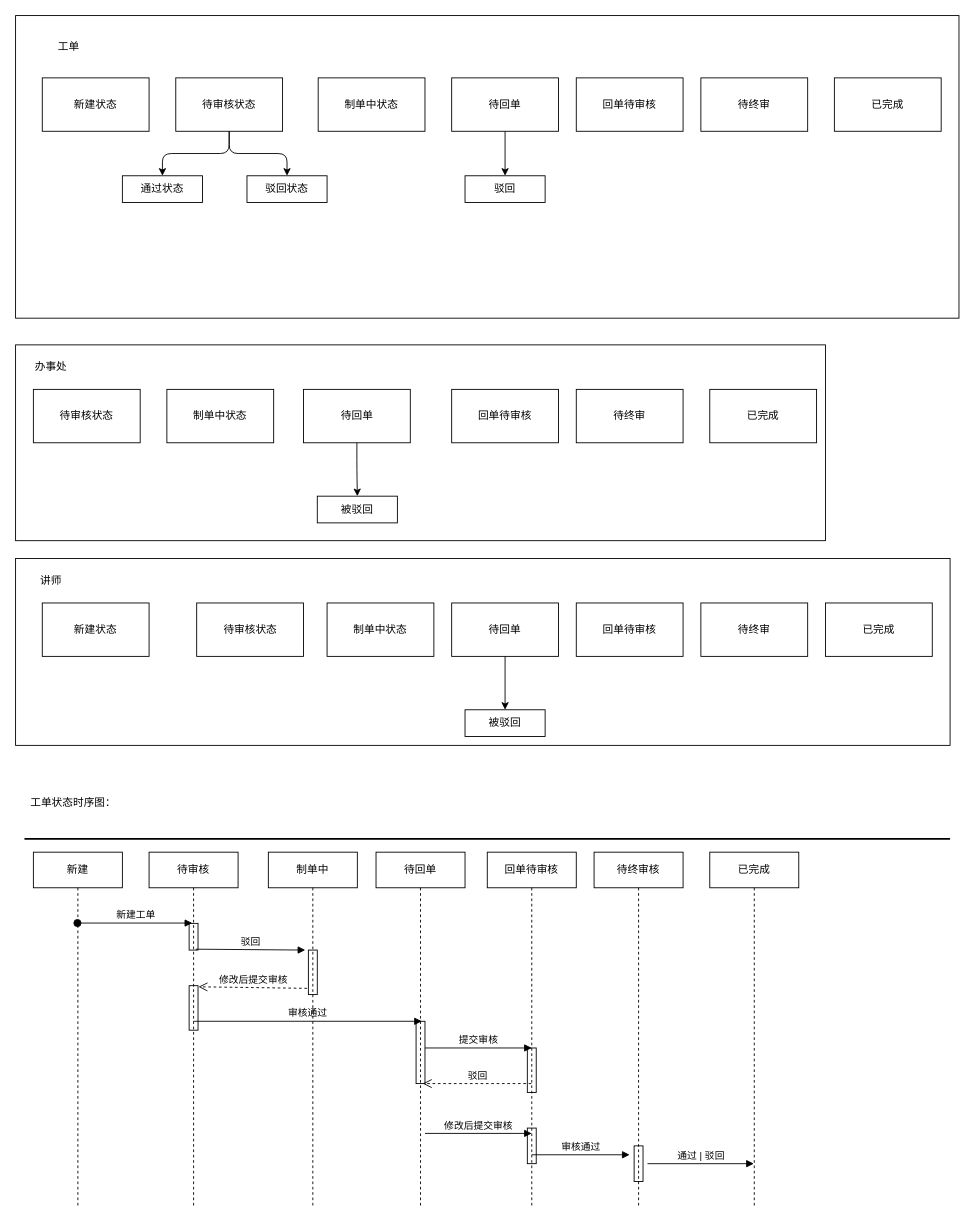
Above: lecturerService.drawio in NgChiKin/diagrams-uml (draw.io), before the change. Source tidied: cells renumbered, new cells numbered last; positions are measured from the earlier drawing's top-left corner, leaving out a move shared by most shapes. Both pictures are drawn from the tidied source at 89%, with x=0, y=0 at pixel (15, 15).
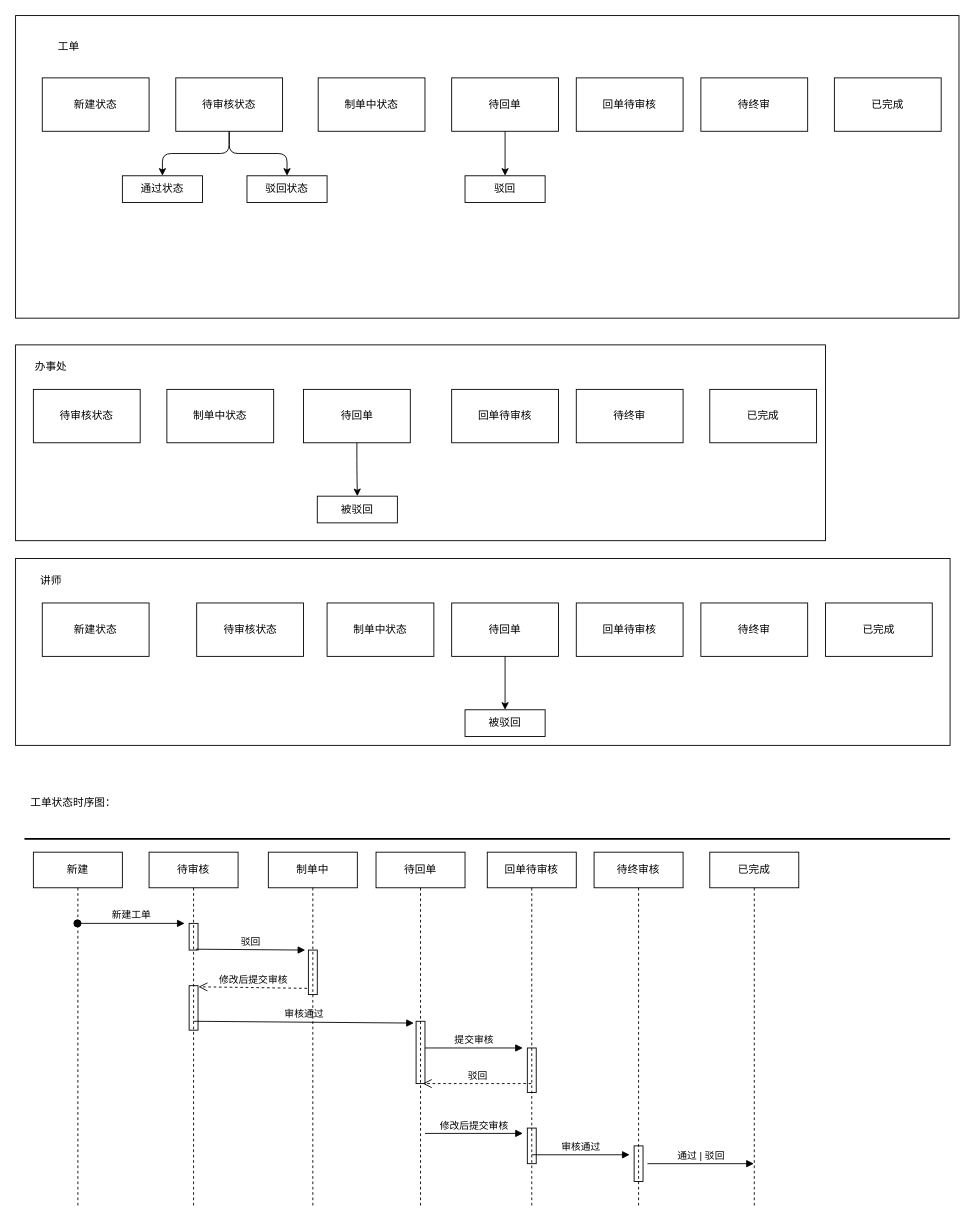
The same diagram, later.

The change refers to these unchanged cells:
```xml
<mxCell id="40" value="新建" style="shape=umlLifeline;perimeter=lifelinePerimeter;whiteSpace=wrap;html=1;outlineConnect=0;fillColor=none;" parent="1" vertex="1">
  <mxGeometry x="20" y="940" width="100" height="400" as="geometry" />
</mxCell>
<mxCell id="41" value="待审核" style="shape=umlLifeline;perimeter=lifelinePerimeter;whiteSpace=wrap;html=1;fillColor=none;" parent="1" vertex="1">
  <mxGeometry x="150" y="940" width="100" height="400" as="geometry" />
</mxCell>
<mxCell id="42" style="html=1;points=[];perimeter=orthogonalPerimeter;fillColor=none;" parent="41" vertex="1">
  <mxGeometry x="45" y="80" width="10" height="30" as="geometry" />
</mxCell>
<mxCell id="48" style="html=1;points=[];perimeter=orthogonalPerimeter;fillColor=none;" parent="47" vertex="1">
  <mxGeometry x="45" y="190" width="10" height="70" as="geometry" />
</mxCell>
<mxCell id="49" value="回单待审核" style="shape=umlLifeline;perimeter=lifelinePerimeter;whiteSpace=wrap;html=1;outlineConnect=0;fillColor=none;" parent="1" vertex="1">
  <mxGeometry x="530" y="940" width="100" height="400" as="geometry" />
</mxCell>
<mxCell id="50" style="html=1;points=[];perimeter=orthogonalPerimeter;fillColor=none;" parent="49" vertex="1">
  <mxGeometry x="45" y="220" width="10" height="50" as="geometry" />
</mxCell>
```

Change to the diagram source:
```diff
@@
-    <mxCell id="44" value="审核通过" style="html=1;verticalAlign=bottom;endArrow=block;rounded=1;entryX=0.65;entryY=0;entryDx=0;entryDy=0;entryPerimeter=0;" parent="41" edge="1" target="48">
+    <mxCell id="44" value="审核通过" style="html=1;verticalAlign=bottom;endArrow=block;rounded=1;entryX=-0.25;entryY=0.029;entryDx=0;entryDy=0;entryPerimeter=0;" parent="41" edge="1" target="48">
       <mxGeometry relative="1" as="geometry">
         <mxPoint x="50" y="190" as="sourcePoint" />
       </mxGeometry>
     </mxCell>
@@
-    <mxCell id="51" value="提交审核" style="html=1;verticalAlign=bottom;endArrow=block;rounded=1;entryX=0.5;entryY=0;entryDx=0;entryDy=0;entryPerimeter=0;" parent="49" edge="1" target="50">
+    <mxCell id="51" value="提交审核" style="html=1;verticalAlign=bottom;endArrow=block;rounded=1;" parent="49" edge="1">
       <mxGeometry relative="1" as="geometry">
         <mxPoint x="-70" y="220" as="sourcePoint" />
+        <mxPoint x="40" y="220" as="targetPoint" />
       </mxGeometry>
     </mxCell>
@@
-    <mxCell id="58" value="新建工单" style="html=1;verticalAlign=bottom;startArrow=oval;endArrow=block;startSize=8;rounded=1;entryX=0.35;entryY=-0.012;entryDx=0;entryDy=0;entryPerimeter=0;" parent="1" edge="1" source="40" target="42">
-      <mxGeometry relative="1" as="geometry" />
+    <mxCell id="58" value="新建工单" style="html=1;verticalAlign=bottom;startArrow=oval;endArrow=block;startSize=8;rounded=1;" parent="1" edge="1" source="40">
+      <mxGeometry relative="1" as="geometry">
+        <mxPoint x="190" y="1020" as="targetPoint" />
+      </mxGeometry>
     </mxCell>
@@
     <mxCell id="62" value="修改后提交审核" style="html=1;verticalAlign=bottom;endArrow=block;rounded=1;" parent="1" edge="1">
       <mxGeometry relative="1" as="geometry">
         <mxPoint x="460" y="1256" as="sourcePoint" />
-        <mxPoint x="580" y="1256" as="targetPoint" />
+        <mxPoint x="570" y="1256" as="targetPoint" />
       </mxGeometry>
     </mxCell>
```
